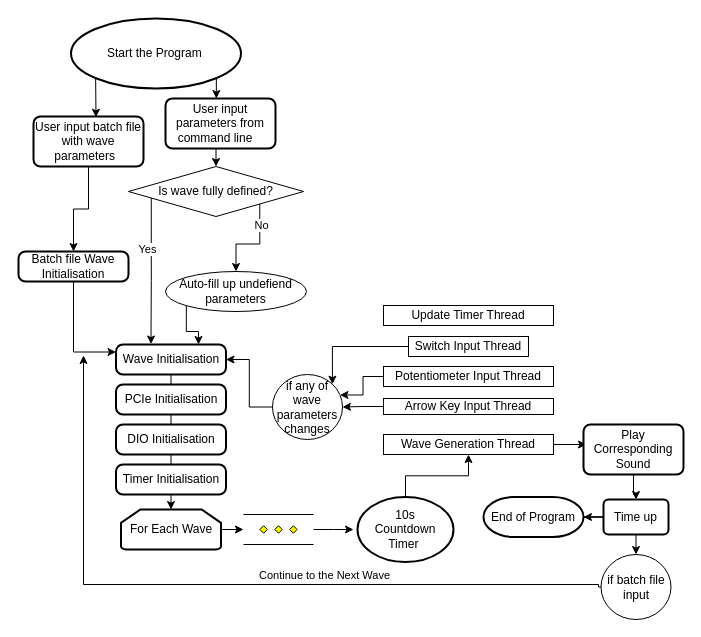
Above: ca2/flowcharts/Main Structure.drawio in JinZihang/NTU-MA4830-RealtimeSoftwareForMechatronicSystems (draw.io), before the change. Source tidied: cells renumbered, new cells numbered last; positions are measured from the earlier drawing's top-left corner, leaving out a move shared by most shapes. Both pictures are drawn from the tidied source at 100%, with x=0, y=0 at pixel (18, 18).
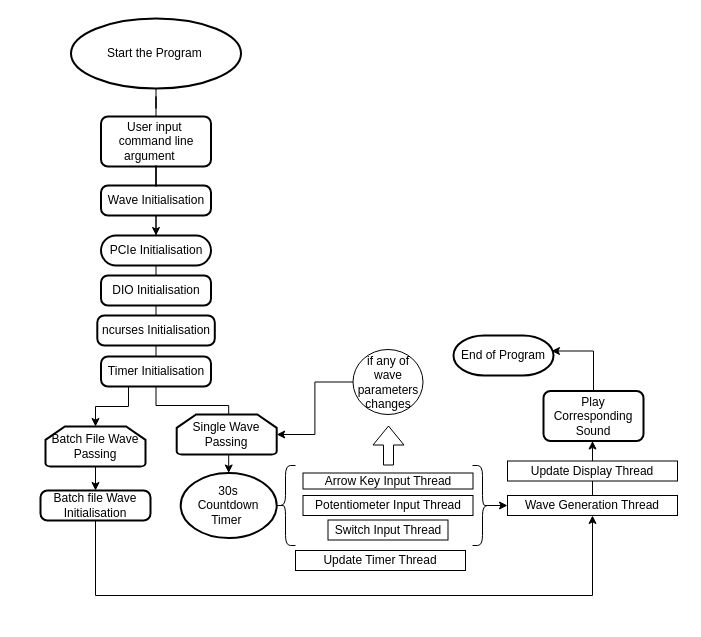
The same page after the edit.

The change refers to these unchanged cells:
```xml
<mxCell id="4" value="Start the Program&amp;nbsp;" style="strokeWidth=2;html=1;shape=mxgraph.flowchart.start_1;whiteSpace=wrap;" parent="1" vertex="1">
  <mxGeometry x="52.5" width="170" height="70" as="geometry" />
</mxCell>
```

The edit, as a diff of the source:
```diff
@@
-    <mxCell id="2" style="edgeStyle=orthogonalEdgeStyle;rounded=0;jettySize=auto;html=1;exitX=0.855;exitY=0.855;exitDx=0;exitDy=0;exitPerimeter=0;" parent="1" edge="1" source="4" target="20">
-      <mxGeometry relative="1" as="geometry">
-        <Array as="points">
-          <mxPoint x="198" y="80" />
-          <mxPoint x="230" y="80" />
-        </Array>
-      </mxGeometry>
-    </mxCell>
-    <mxCell id="3" style="edgeStyle=orthogonalEdgeStyle;rounded=0;jettySize=auto;html=1;exitX=0.145;exitY=0.855;exitDx=0;exitDy=0;exitPerimeter=0;entryX=0.568;entryY=0.015;entryDx=0;entryDy=0;entryPerimeter=0;" parent="1" edge="1" source="4" target="33">
-      <mxGeometry relative="1" as="geometry" />
-    </mxCell>
@@
-    <mxCell id="5" style="edgeStyle=orthogonalEdgeStyle;rounded=0;jettySize=auto;html=1;exitX=0.5;exitY=1;exitDx=0;exitDy=0;entryX=0.5;entryY=0;entryDx=0;entryDy=0;entryPerimeter=0;startArrow=none;" parent="1" edge="1" source="29" target="9">
-      <mxGeometry relative="1" as="geometry" />
+    <mxCell id="5" style="edgeStyle=orthogonalEdgeStyle;rounded=0;jettySize=auto;html=1;exitX=0.5;exitY=1;exitDx=0;exitDy=0;entryX=0.5;entryY=0;entryDx=0;entryDy=0;entryPerimeter=0;startArrow=none;" parent="1" edge="1" source="29" target="13">
+      <mxGeometry relative="1" as="geometry">
+        <Array as="points">
+          <mxPoint x="138" y="387" />
+          <mxPoint x="210" y="387" />
+        </Array>
+      </mxGeometry>
     </mxCell>
-    <mxCell id="6" value="Wave Initialisation" style="rounded=1;whiteSpace=wrap;html=1;absoluteArcSize=1;arcSize=14;strokeWidth=2;" parent="1" vertex="1">
-      <mxGeometry x="97.5" y="326" width="110" height="30" as="geometry" />
-    </mxCell>
-    <mxCell id="7" style="edgeStyle=orthogonalEdgeStyle;rounded=0;jettySize=auto;html=1;entryX=0;entryY=0.5;entryDx=0;entryDy=0;exitX=1;exitY=0.5;exitDx=0;exitDy=0;exitPerimeter=0;" parent="1" edge="1" source="18">
-      <mxGeometry relative="1" as="geometry">
-        <mxPoint x="335" y="511" as="targetPoint" />
-      </mxGeometry>
-    </mxCell>
-    <mxCell id="8" style="edgeStyle=orthogonalEdgeStyle;rounded=0;jettySize=auto;html=1;" parent="1" edge="1" source="9" target="18">
-      <mxGeometry relative="1" as="geometry" />
-    </mxCell>
-    <mxCell id="9" value="For Each Wave" style="strokeWidth=2;html=1;shape=mxgraph.flowchart.loop_limit;whiteSpace=wrap;" parent="1" vertex="1">
-      <mxGeometry x="102.5" y="491" width="100" height="40" as="geometry" />
+    <mxCell id="9" value="Single Wave Passing" style="strokeWidth=2;html=1;shape=mxgraph.flowchart.loop_limit;whiteSpace=wrap;" parent="1" vertex="1">
+      <mxGeometry x="158.2" y="396" width="100" height="40" as="geometry" />
     </mxCell>
-    <mxCell id="10" style="edgeStyle=orthogonalEdgeStyle;rounded=0;jettySize=auto;html=1;exitX=0;exitY=0.5;exitDx=0;exitDy=0;" parent="1" edge="1" source="46">
-      <mxGeometry relative="1" as="geometry">
-        <mxPoint x="65" y="337" as="targetPoint" />
-        <Array as="points">
-          <mxPoint x="580" y="566" />
-          <mxPoint x="65" y="566" />
-        </Array>
-      </mxGeometry>
-    </mxCell>
-    <mxCell id="11" value="Continue to the Next Wave" style="edgeLabel;html=1;align=center;verticalAlign=middle;" parent="10" vertex="1">
-      <mxGeometry x="-0.3" y="-1" relative="1" as="geometry">
-        <mxPoint x="-18" y="-9" as="offset" />
-      </mxGeometry>
-    </mxCell>
-    <mxCell id="12" style="edgeStyle=orthogonalEdgeStyle;rounded=0;jettySize=auto;html=1;" parent="1" edge="1" source="13" target="41">
-      <mxGeometry relative="1" as="geometry" />
-    </mxCell>
-    <mxCell id="13" value="10s&lt;br&gt;Countdown Timer&amp;nbsp;" style="strokeWidth=2;html=1;shape=mxgraph.flowchart.start_1;whiteSpace=wrap;" parent="1" vertex="1">
-      <mxGeometry x="339" y="478.5" width="96" height="65" as="geometry" />
+    <mxCell id="13" value="30s&lt;br&gt;Countdown Timer&amp;nbsp;" style="strokeWidth=2;html=1;shape=mxgraph.flowchart.start_1;whiteSpace=wrap;" parent="1" vertex="1">
+      <mxGeometry x="162.2" y="454.5" width="96" height="65" as="geometry" />
     </mxCell>
-    <mxCell id="14" style="edgeStyle=orthogonalEdgeStyle;rounded=0;jettySize=auto;html=1;exitX=1;exitY=0.5;exitDx=0;exitDy=0;" parent="1" edge="1" source="41">
-      <mxGeometry relative="1" as="geometry">
-        <mxPoint x="568" y="426" as="targetPoint" />
-      </mxGeometry>
-    </mxCell>
-    <mxCell id="15" style="edgeStyle=orthogonalEdgeStyle;rounded=0;jettySize=auto;html=1;" parent="1" edge="1" source="16" target="45">
-      <mxGeometry relative="1" as="geometry" />
-    </mxCell>
-    <mxCell id="16" value="Play Corresponding Sound" style="rounded=1;whiteSpace=wrap;html=1;absoluteArcSize=1;arcSize=14;strokeWidth=2;" parent="1" vertex="1">
-      <mxGeometry x="565" y="406" width="100" height="50" as="geometry" />
-    </mxCell>
     <mxCell id="17" value="End of Program" style="strokeWidth=2;html=1;shape=mxgraph.flowchart.terminator;whiteSpace=wrap;" parent="1" vertex="1">
-      <mxGeometry x="465" y="478.5" width="100" height="40" as="geometry" />
+      <mxGeometry x="435" y="317" width="100" height="40" as="geometry" />
     </mxCell>
-    <mxCell id="18" style="verticalLabelPosition=bottom;verticalAlign=top;html=1;shape=mxgraph.flowchart.parallel_mode;" parent="1" vertex="1">
-      <mxGeometry x="225" y="496" width="70" height="30" as="geometry" />
-    </mxCell>
-    <mxCell id="19" style="edgeStyle=orthogonalEdgeStyle;rounded=0;jettySize=auto;html=1;exitX=0.5;exitY=1;exitDx=0;exitDy=0;entryX=0.5;entryY=0;entryDx=0;entryDy=0;" parent="1" edge="1" source="20" target="24">
-      <mxGeometry relative="1" as="geometry" />
-    </mxCell>
-    <mxCell id="20" value="User input parameters from command line&amp;nbsp; &amp;nbsp;" style="rounded=1;whiteSpace=wrap;html=1;absoluteArcSize=1;arcSize=14;strokeWidth=2;" parent="1" vertex="1">
-      <mxGeometry x="147" y="80" width="110" height="50" as="geometry" />
-    </mxCell>
-    <mxCell id="21" style="edgeStyle=orthogonalEdgeStyle;rounded=0;jettySize=auto;html=1;exitX=0.13;exitY=0.59;exitDx=0;exitDy=0;entryX=0.318;entryY=-0.016;entryDx=0;entryDy=0;entryPerimeter=0;startArrow=none;exitPerimeter=0;" parent="1" edge="1" source="24" target="6">
-      <mxGeometry relative="1" as="geometry" />
-    </mxCell>
-    <mxCell id="22" value="Yes" style="edgeLabel;html=1;align=center;verticalAlign=middle;" parent="21" vertex="1">
-      <mxGeometry x="-0.36" y="-4" relative="1" as="geometry">
-        <mxPoint y="6" as="offset" />
-      </mxGeometry>
-    </mxCell>
-    <mxCell id="23" style="edgeStyle=orthogonalEdgeStyle;rounded=0;jettySize=auto;html=1;exitX=1;exitY=1;exitDx=0;exitDy=0;" parent="1" edge="1" source="24" target="26">
-      <mxGeometry relative="1" as="geometry" />
-    </mxCell>
-    <mxCell id="24" value="Is wave fully defined?" style="rhombus;whiteSpace=wrap;html=1;" parent="1" vertex="1">
-      <mxGeometry x="110" y="148" width="175" height="50" as="geometry" />
-    </mxCell>
-    <mxCell id="25" style="edgeStyle=orthogonalEdgeStyle;rounded=0;jettySize=auto;html=1;exitX=0;exitY=1;exitDx=0;exitDy=0;entryX=0.75;entryY=0;entryDx=0;entryDy=0;" parent="1" edge="1" source="26" target="6">
-      <mxGeometry relative="1" as="geometry" />
-    </mxCell>
-    <mxCell id="26" value="Auto-fill up undefiend parameters" style="ellipse;whiteSpace=wrap;html=1;" parent="1" vertex="1">
-      <mxGeometry x="147" y="253" width="141" height="40" as="geometry" />
-    </mxCell>
+    <mxCell id="51" style="edgeStyle=orthogonalEdgeStyle;rounded=0;jettySize=auto;html=1;" parent="1" edge="1" source="27">
+      <mxGeometry relative="1" as="geometry">
+        <mxPoint x="137.5" y="217" as="targetPoint" />
+      </mxGeometry>
+    </mxCell>
-    <mxCell id="27" value="PCIe Initialisation" style="rounded=1;whiteSpace=wrap;html=1;absoluteArcSize=1;arcSize=14;strokeWidth=2;" parent="1" vertex="1">
-      <mxGeometry x="97.5" y="366" width="110" height="30" as="geometry" />
+    <mxCell id="27" value="PCIe Initialisation" style="rounded=1;whiteSpace=wrap;html=1;absoluteArcSize=1;arcSize=31;strokeWidth=2;" parent="1" vertex="1">
+      <mxGeometry x="82.5" y="217" width="110" height="30" as="geometry" />
     </mxCell>
-    <mxCell id="28" style="edgeStyle=orthogonalEdgeStyle;rounded=0;jettySize=auto;html=1;exitX=0.5;exitY=1;exitDx=0;exitDy=0;entryX=0.5;entryY=0;entryDx=0;entryDy=0;entryPerimeter=0;endArrow=none;" parent="1" edge="1" source="6" target="27">
-      <mxGeometry relative="1" as="geometry" />
-    </mxCell>
     <mxCell id="29" value="DIO Initialisation" style="rounded=1;whiteSpace=wrap;html=1;absoluteArcSize=1;arcSize=14;strokeWidth=2;" parent="1" vertex="1">
-      <mxGeometry x="97.5" y="406" width="110" height="30" as="geometry" />
+      <mxGeometry x="82.5" y="257" width="110" height="30" as="geometry" />
     </mxCell>
@@
+    <mxCell id="52" style="edgeStyle=orthogonalEdgeStyle;rounded=0;jettySize=auto;html=1;exitX=0.25;exitY=1;exitDx=0;exitDy=0;entryX=0.5;entryY=0;entryDx=0;entryDy=0;entryPerimeter=0;" parent="1" edge="1" source="31" target="57">
+      <mxGeometry relative="1" as="geometry" />
+    </mxCell>
     <mxCell id="31" value="Timer Initialisation" style="rounded=1;whiteSpace=wrap;html=1;absoluteArcSize=1;arcSize=14;strokeWidth=2;" parent="1" vertex="1">
-      <mxGeometry x="97.5" y="446" width="110" height="30" as="geometry" />
+      <mxGeometry x="82.5" y="338" width="110" height="30" as="geometry" />
     </mxCell>
-    <mxCell id="32" style="edgeStyle=orthogonalEdgeStyle;rounded=0;jettySize=auto;html=1;" parent="1" edge="1" source="33" target="49">
-      <mxGeometry relative="1" as="geometry" />
-    </mxCell>
-    <mxCell id="33" value="User input batch file with wave parameters&amp;nbsp;&amp;nbsp;" style="rounded=1;whiteSpace=wrap;html=1;absoluteArcSize=1;arcSize=14;strokeWidth=2;" parent="1" vertex="1">
-      <mxGeometry x="15" y="98" width="110" height="50" as="geometry" />
-    </mxCell>
-    <mxCell id="34" style="edgeStyle=orthogonalEdgeStyle;rounded=0;jettySize=auto;html=1;entryX=1;entryY=0;entryDx=0;entryDy=0;" parent="1" edge="1" source="35" target="43">
-      <mxGeometry relative="1" as="geometry" />
-    </mxCell>
-    <mxCell id="35" value="Switch Input Thread" style="rounded=0;whiteSpace=wrap;html=1;" parent="1" vertex="1">
-      <mxGeometry x="390" y="318" width="120" height="20" as="geometry" />
-    </mxCell>
-    <mxCell id="36" style="edgeStyle=orthogonalEdgeStyle;rounded=0;jettySize=auto;html=1;entryX=0.964;entryY=0.315;entryDx=0;entryDy=0;entryPerimeter=0;" parent="1" edge="1" source="37" target="43">
-      <mxGeometry relative="1" as="geometry" />
-    </mxCell>
-    <mxCell id="37" value="Potentiometer Input Thread" style="rounded=0;whiteSpace=wrap;html=1;" parent="1" vertex="1">
-      <mxGeometry x="365" y="348" width="170" height="20" as="geometry" />
-    </mxCell>
-    <mxCell id="38" style="edgeStyle=orthogonalEdgeStyle;rounded=0;jettySize=auto;html=1;entryX=1;entryY=0.5;entryDx=0;entryDy=0;" parent="1" edge="1" source="39" target="43">
-      <mxGeometry relative="1" as="geometry" />
-    </mxCell>
-    <mxCell id="39" value="Arrow Key Input Thread" style="rounded=0;whiteSpace=wrap;html=1;" parent="1" vertex="1">
-      <mxGeometry x="365" y="380" width="170" height="16" as="geometry" />
-    </mxCell>
-    <mxCell id="40" value="Update Timer Thread" style="rounded=0;whiteSpace=wrap;html=1;" parent="1" vertex="1">
-      <mxGeometry x="365" y="287" width="170" height="20" as="geometry" />
-    </mxCell>
-    <mxCell id="41" value="Wave Generation Thread" style="rounded=0;whiteSpace=wrap;html=1;" parent="1" vertex="1">
-      <mxGeometry x="365" y="416" width="170" height="20" as="geometry" />
-    </mxCell>
-    <mxCell id="42" style="edgeStyle=orthogonalEdgeStyle;rounded=0;jettySize=auto;html=1;entryX=1;entryY=0.5;entryDx=0;entryDy=0;" parent="1" edge="1" source="43" target="6">
+    <mxCell id="42" style="edgeStyle=orthogonalEdgeStyle;rounded=0;jettySize=auto;html=1;entryX=1;entryY=0.5;entryDx=0;entryDy=0;entryPerimeter=0;" parent="1" edge="1" source="43" target="9">
       <mxGeometry relative="1" as="geometry" />
     </mxCell>
     <mxCell id="43" value="if any of wave parameters changes" style="ellipse;whiteSpace=wrap;html=1;" parent="1" vertex="1">
-      <mxGeometry x="254" y="356" width="70" height="65" as="geometry" />
+      <mxGeometry x="334.5" y="331" width="70" height="65" as="geometry" />
     </mxCell>
-    <mxCell id="44" style="edgeStyle=orthogonalEdgeStyle;rounded=0;jettySize=auto;html=1;" parent="1" edge="1" source="45" target="17">
-      <mxGeometry relative="1" as="geometry" />
+    <mxCell id="44" style="edgeStyle=orthogonalEdgeStyle;rounded=0;jettySize=auto;html=1;exitX=0.5;exitY=0;exitDx=0;exitDy=0;" parent="1" edge="1" source="16">
+      <mxGeometry relative="1" as="geometry">
+        <mxPoint x="533" y="332.5" as="targetPoint" />
+        <Array as="points">
+          <mxPoint x="575" y="333" />
+        </Array>
+      </mxGeometry>
     </mxCell>
-    <mxCell id="45" value="Time up" style="whiteSpace=wrap;html=1;rounded=1;strokeWidth=2;arcSize=14;" parent="1" vertex="1">
-      <mxGeometry x="585" y="481" width="65" height="35" as="geometry" />
-    </mxCell>
-    <mxCell id="46" value="if batch file input" style="ellipse;whiteSpace=wrap;html=1;" parent="1" vertex="1">
-      <mxGeometry x="582.5" y="536" width="70" height="65" as="geometry" />
-    </mxCell>
-    <mxCell id="47" style="endArrow=classic;html=1;rounded=0;exitX=0.5;exitY=1;exitDx=0;exitDy=0;entryX=0.5;entryY=0;entryDx=0;entryDy=0;" parent="1" edge="1" source="45" target="46">
-      <mxGeometry relative="1" as="geometry" />
-    </mxCell>
-    <mxCell id="48" style="edgeStyle=orthogonalEdgeStyle;rounded=0;jettySize=auto;html=1;entryX=0;entryY=0.25;entryDx=0;entryDy=0;" parent="1" edge="1" source="49" target="6">
-      <mxGeometry relative="1" as="geometry" />
-    </mxCell>
+    <mxCell id="53" style="edgeStyle=orthogonalEdgeStyle;rounded=0;jettySize=auto;html=1;entryX=0.5;entryY=1;entryDx=0;entryDy=0;" parent="1" edge="1" source="49" target="41">
+      <mxGeometry relative="1" as="geometry">
+        <Array as="points">
+          <mxPoint x="77" y="577" />
+          <mxPoint x="574" y="577" />
+        </Array>
+      </mxGeometry>
+    </mxCell>
     <mxCell id="49" value="Batch file Wave Initialisation" style="rounded=1;whiteSpace=wrap;html=1;absoluteArcSize=1;arcSize=14;strokeWidth=2;" parent="1" vertex="1">
-      <mxGeometry y="233" width="110" height="30" as="geometry" />
+      <mxGeometry x="22" y="472" width="110" height="30" as="geometry" />
     </mxCell>
-    <mxCell id="50" value="No" style="edgeLabel;html=1;align=center;verticalAlign=middle;" parent="1" vertex="1">
-      <mxGeometry x="137.5" y="263" as="geometry">
-        <mxPoint x="105" y="-57" as="offset" />
-      </mxGeometry>
-    </mxCell>
+    <mxCell id="54" value="ncurses Initialisation" style="rounded=1;whiteSpace=wrap;html=1;absoluteArcSize=1;arcSize=14;strokeWidth=2;" parent="1" vertex="1">
+      <mxGeometry x="78.8" y="297" width="117.5" height="30" as="geometry" />
+    </mxCell>
+    <mxCell id="20" value="User input&amp;nbsp; command line argument&amp;nbsp; &amp;nbsp;&amp;nbsp;" style="rounded=1;whiteSpace=wrap;html=1;absoluteArcSize=1;arcSize=14;strokeWidth=2;" parent="1" vertex="1">
+      <mxGeometry x="82.5" y="98" width="110" height="50" as="geometry" />
+    </mxCell>
+    <mxCell id="2" style="edgeStyle=orthogonalEdgeStyle;rounded=0;jettySize=auto;html=1;endArrow=none;" parent="1" edge="1" source="4" target="20">
+      <mxGeometry relative="1" as="geometry" />
+    </mxCell>
+    <mxCell id="6" value="Wave Initialisation" style="rounded=1;whiteSpace=wrap;html=1;absoluteArcSize=1;arcSize=14;strokeWidth=2;" parent="1" vertex="1">
+      <mxGeometry x="82.5" y="167" width="110" height="30" as="geometry" />
+    </mxCell>
+    <mxCell id="55" style="edgeStyle=orthogonalEdgeStyle;rounded=0;jettySize=auto;html=1;startArrow=none;endArrow=none;" parent="1" edge="1" source="20" target="6">
+      <mxGeometry relative="1" as="geometry" />
+    </mxCell>
+    <mxCell id="56" style="edgeStyle=orthogonalEdgeStyle;rounded=0;jettySize=auto;html=1;" parent="1" edge="1" source="57" target="49">
+      <mxGeometry relative="1" as="geometry" />
+    </mxCell>
+    <mxCell id="57" value="Batch File Wave Passing" style="strokeWidth=2;html=1;shape=mxgraph.flowchart.loop_limit;whiteSpace=wrap;" parent="1" vertex="1">
+      <mxGeometry x="27" y="408" width="100" height="40" as="geometry" />
+    </mxCell>
+    <mxCell id="35" value="Switch Input Thread" style="rounded=0;whiteSpace=wrap;html=1;" parent="1" vertex="1">
+      <mxGeometry x="309.5" y="501.5" width="120" height="20" as="geometry" />
+    </mxCell>
+    <mxCell id="37" value="Potentiometer Input Thread" style="rounded=0;whiteSpace=wrap;html=1;" parent="1" vertex="1">
+      <mxGeometry x="284.5" y="477" width="170" height="20" as="geometry" />
+    </mxCell>
+    <mxCell id="39" value="Arrow Key Input Thread" style="rounded=0;whiteSpace=wrap;html=1;" parent="1" vertex="1">
+      <mxGeometry x="284.5" y="454.5" width="170" height="16" as="geometry" />
+    </mxCell>
+    <mxCell id="40" value="Update Timer Thread" style="rounded=0;whiteSpace=wrap;html=1;" parent="1" vertex="1">
+      <mxGeometry x="277" y="532" width="170" height="20" as="geometry" />
+    </mxCell>
+    <mxCell id="58" style="edgeStyle=orthogonalEdgeStyle;rounded=0;jettySize=auto;html=1;" parent="1" edge="1" source="41">
+      <mxGeometry relative="1" as="geometry">
+        <mxPoint x="574" y="422.5" as="targetPoint" />
+      </mxGeometry>
+    </mxCell>
+    <mxCell id="41" value="Wave Generation Thread" style="rounded=0;whiteSpace=wrap;html=1;" parent="1" vertex="1">
+      <mxGeometry x="489" y="477" width="170" height="20" as="geometry" />
+    </mxCell>
+    <mxCell id="16" value="Play Corresponding Sound" style="rounded=1;whiteSpace=wrap;html=1;absoluteArcSize=1;arcSize=14;strokeWidth=2;" parent="1" vertex="1">
+      <mxGeometry x="525" y="372.5" width="100" height="50" as="geometry" />
+    </mxCell>
+    <mxCell id="59" value="Update Display Thread" style="rounded=0;whiteSpace=wrap;html=1;" parent="1" vertex="1">
+      <mxGeometry x="489" y="442.5" width="170" height="20" as="geometry" />
+    </mxCell>
+    <mxCell id="60" style="shape=curlyBracket;whiteSpace=wrap;html=1;rounded=1;" parent="1" vertex="1">
+      <mxGeometry x="257" y="447" width="20" height="80" as="geometry" />
+    </mxCell>
+    <mxCell id="61" style="shape=flexArrow;endArrow=classic;html=1;rounded=0;" parent="1" edge="1">
+      <mxGeometry relative="1" as="geometry">
+        <mxPoint x="370" y="447" as="sourcePoint" />
+        <mxPoint x="370" y="407" as="targetPoint" />
+      </mxGeometry>
+    </mxCell>
+    <mxCell id="62" style="edgeStyle=orthogonalEdgeStyle;rounded=0;jettySize=auto;html=1;exitX=0.1;exitY=0.5;exitDx=0;exitDy=0;exitPerimeter=0;entryX=0;entryY=0.5;entryDx=0;entryDy=0;" parent="1" edge="1" source="63" target="41">
+      <mxGeometry relative="1" as="geometry" />
+    </mxCell>
+    <mxCell id="63" style="shape=curlyBracket;whiteSpace=wrap;html=1;rounded=1;direction=west;" parent="1" vertex="1">
+      <mxGeometry x="454" y="447" width="20" height="80" as="geometry" />
+    </mxCell>
```
